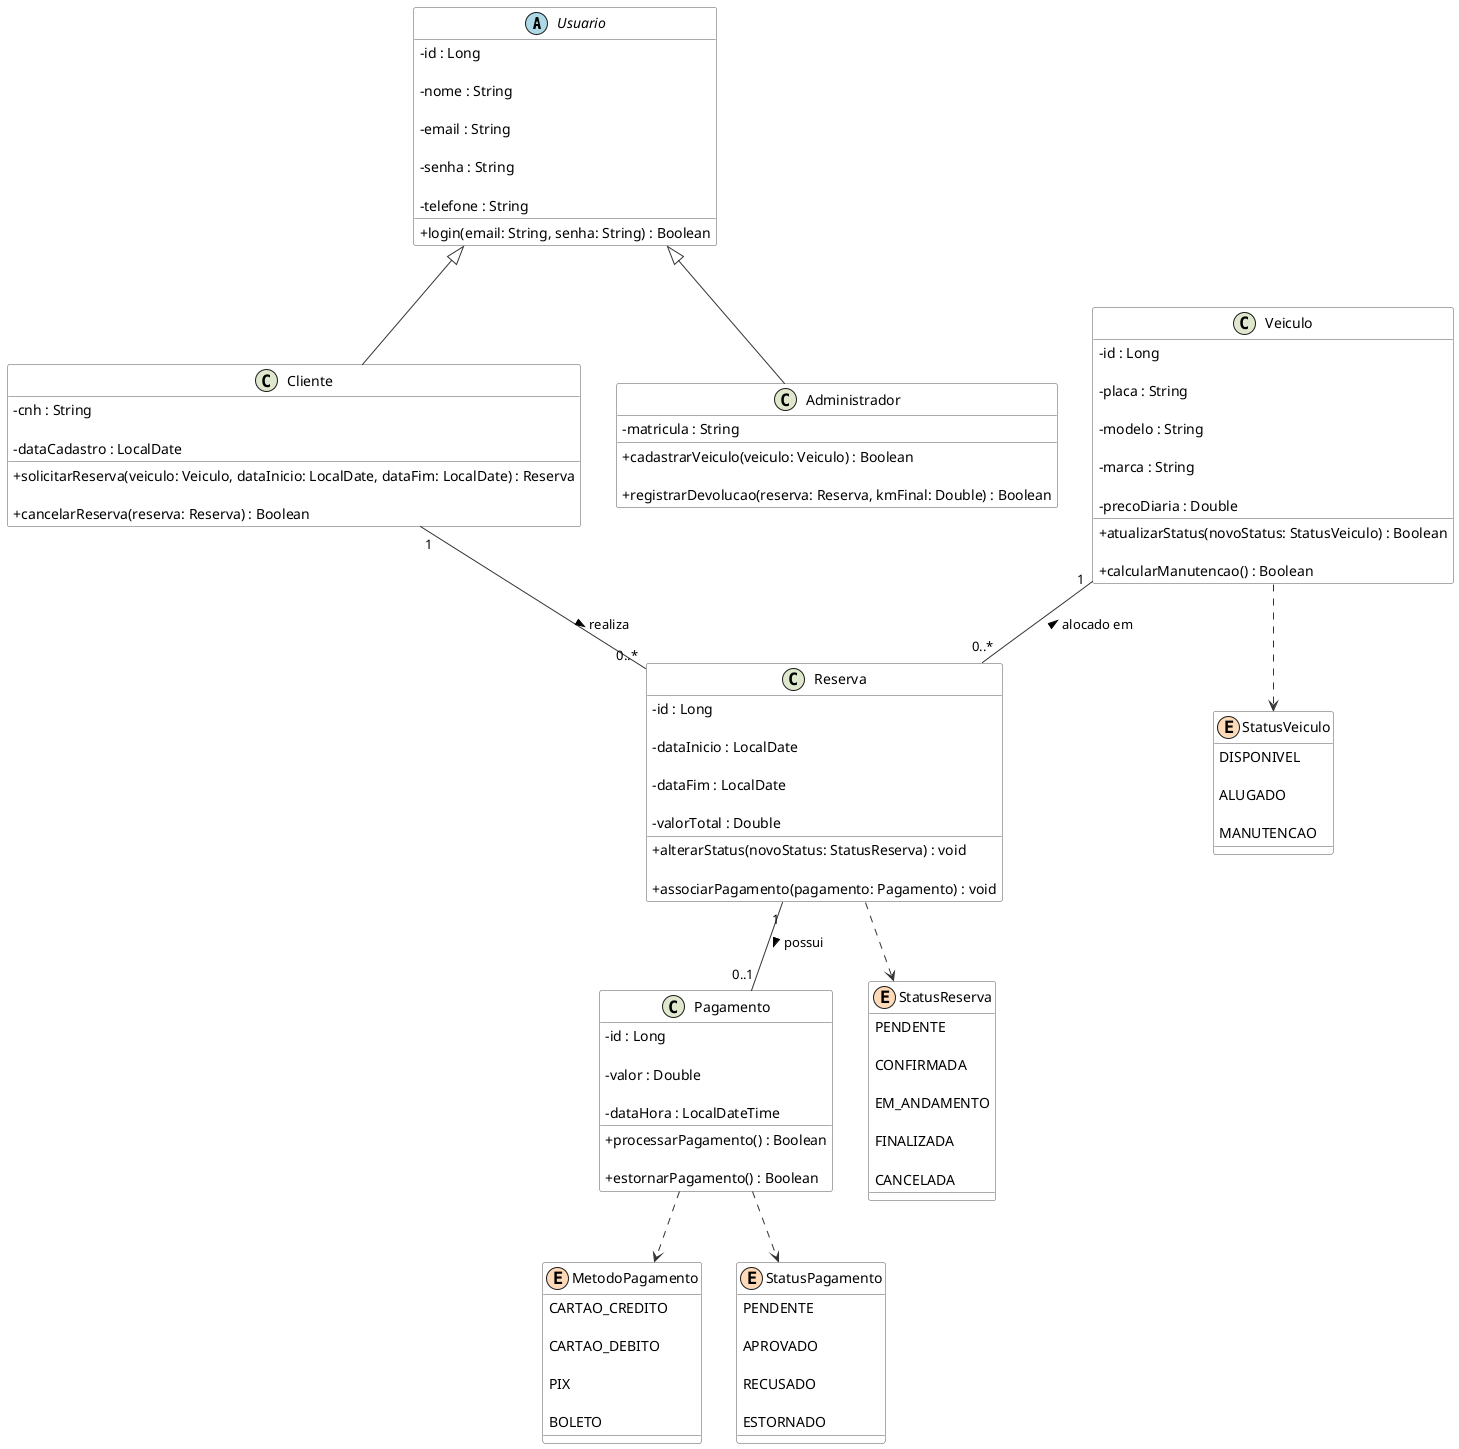
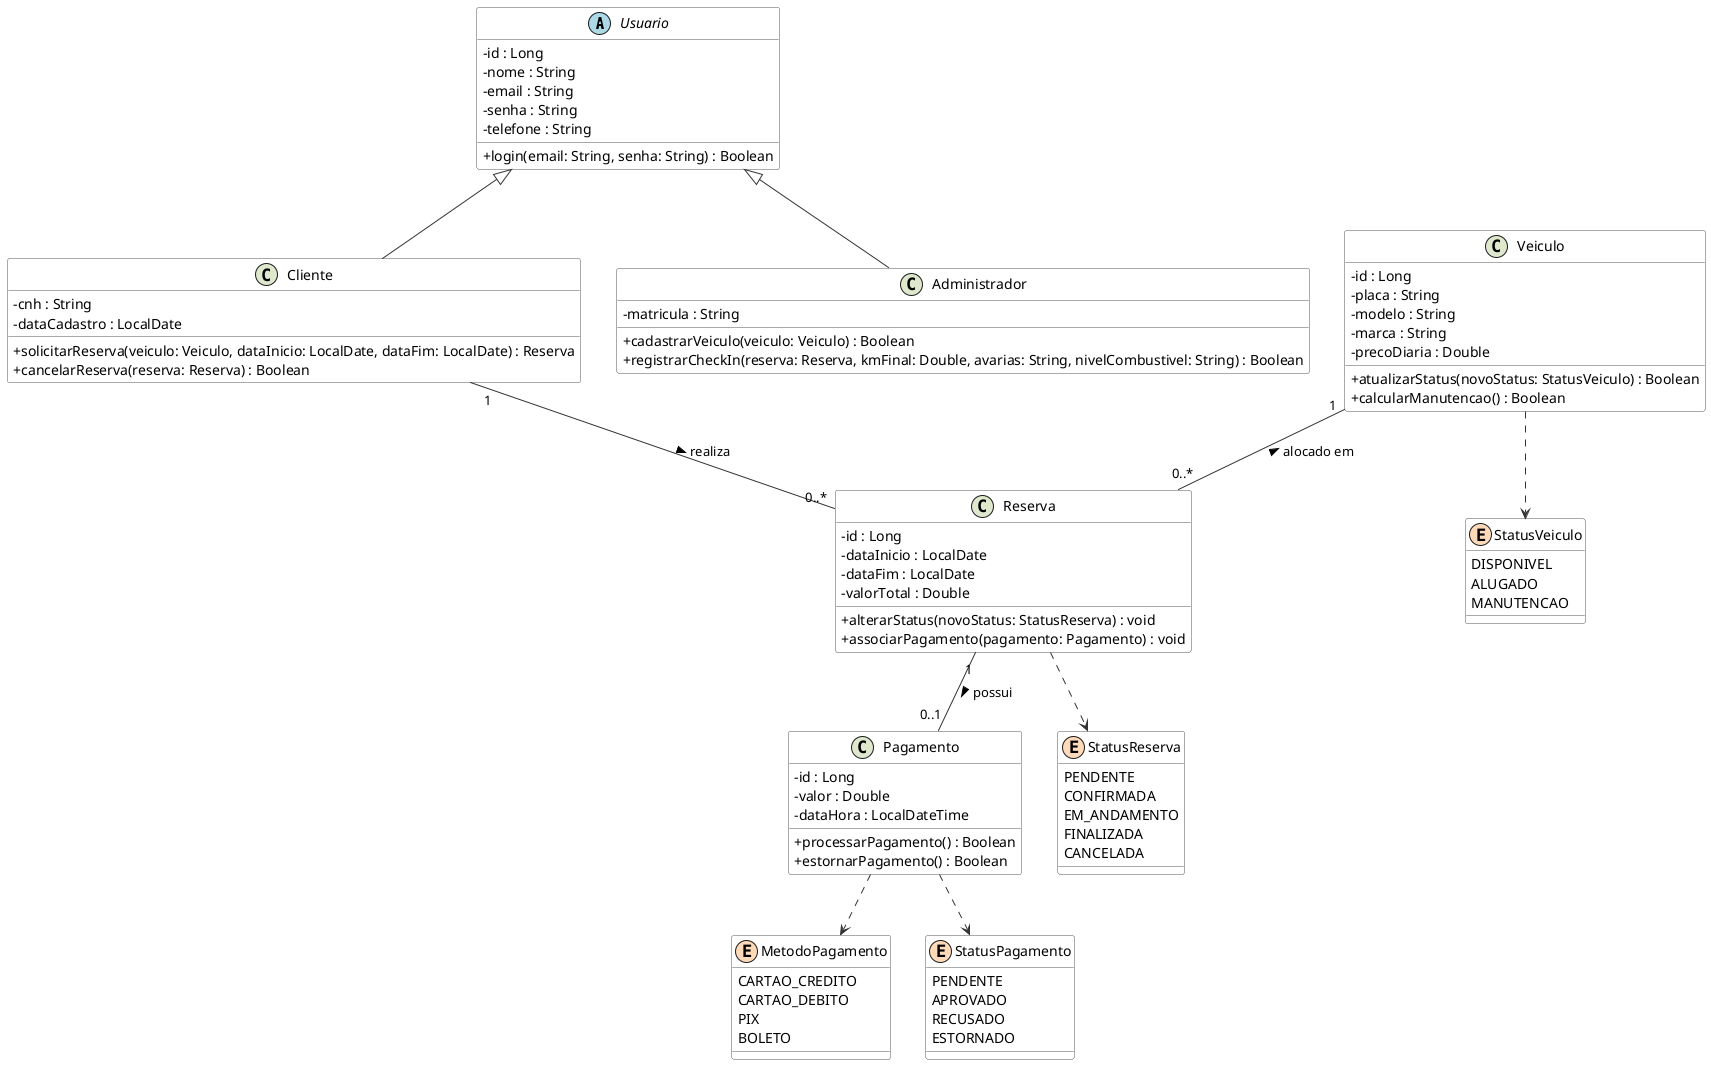
@startuml
- 
skinparam classAttributeIconSize 0
- 
skinparam defaultTextAlignment center
- 
skinparam shadowing false
- 
skinparam roundcorner 5
- 
skinparam class {
- 
    BackgroundColor White
- 
    ArrowColor #333333
- 
    BorderColor #555555
- 
}

- 
- 
abstract class Usuario << (A,#ADD8E6) >> {
- 
  - id : Long
- 
  - nome : String
- 
  - email : String
- 
  - senha : String
- 
  - telefone : String
- 
  + login(email: String, senha: String) : Boolean
- 
}

- 
- 
class Cliente << (C,#DFE8CD) >> {
- 
  - cnh : String
- 
  - dataCadastro : LocalDate
- 
  + solicitarReserva(veiculo: Veiculo, dataInicio: LocalDate, dataFim: LocalDate) : Reserva
- 
  + cancelarReserva(reserva: Reserva) : Boolean
- 
}

- 
- 
class Administrador << (C,#DFE8CD) >> {
- 
  - matricula : String
- 
  + cadastrarVeiculo(veiculo: Veiculo) : Boolean
- 
-   + registrarDevolucao(reserva: Reserva, kmFinal: Double) : Boolean
- 
+   + registrarCheckIn(reserva: Reserva, kmFinal: Double, avarias: String, nivelCombustivel: String) : Boolean
}

- 
- 
class Veiculo << (C,#DFE8CD) >> {
- 
  - id : Long
- 
  - placa : String
- 
  - modelo : String
- 
  - marca : String
- 
  - precoDiaria : Double
- 
  + atualizarStatus(novoStatus: StatusVeiculo) : Boolean
- 
  + calcularManutencao() : Boolean
- 
}

- 
- 
class Reserva << (C,#DFE8CD) >> {
- 
  - id : Long
- 
  - dataInicio : LocalDate
- 
  - dataFim : LocalDate
- 
  - valorTotal : Double
- 
  + alterarStatus(novoStatus: StatusReserva) : void
- 
  + associarPagamento(pagamento: Pagamento) : void
- 
}

- 
- 
class Pagamento << (C,#DFE8CD) >> {
- 
  - id : Long
- 
  - valor : Double
- 
  - dataHora : LocalDateTime
- 
  + processarPagamento() : Boolean
- 
  + estornarPagamento() : Boolean
- 
}

- 
- 
enum StatusVeiculo << (E,#FFDAB9) >> {
- 
  DISPONIVEL
- 
  ALUGADO
- 
  MANUTENCAO
- 
}

- 
- 
enum StatusReserva << (E,#FFDAB9) >> {
- 
  PENDENTE
- 
  CONFIRMADA
- 
  EM_ANDAMENTO
- 
  FINALIZADA
- 
  CANCELADA
- 
}

- 
- 
enum MetodoPagamento << (E,#FFDAB9) >> {
- 
  CARTAO_CREDITO
- 
  CARTAO_DEBITO
- 
  PIX
- 
  BOLETO
- 
}

- 
- 
enum StatusPagamento << (E,#FFDAB9) >> {
- 
  PENDENTE
- 
  APROVADO
- 
  RECUSADO
- 
  ESTORNADO
- 
}

- 
- 
Usuario <|-- Cliente
- 
Usuario <|-- Administrador

- 
- 
Cliente "1" -- "0..*" Reserva : > realiza
- 
Veiculo "1" -- "0..*" Reserva : < alocado em
- 
Reserva "1" -- "0..1" Pagamento : > possui

- 
- 
Veiculo ..> StatusVeiculo
- 
Reserva ..> StatusReserva
- 
Pagamento ..> MetodoPagamento
- 
Pagamento ..> StatusPagamento

- 
- 
@enduml